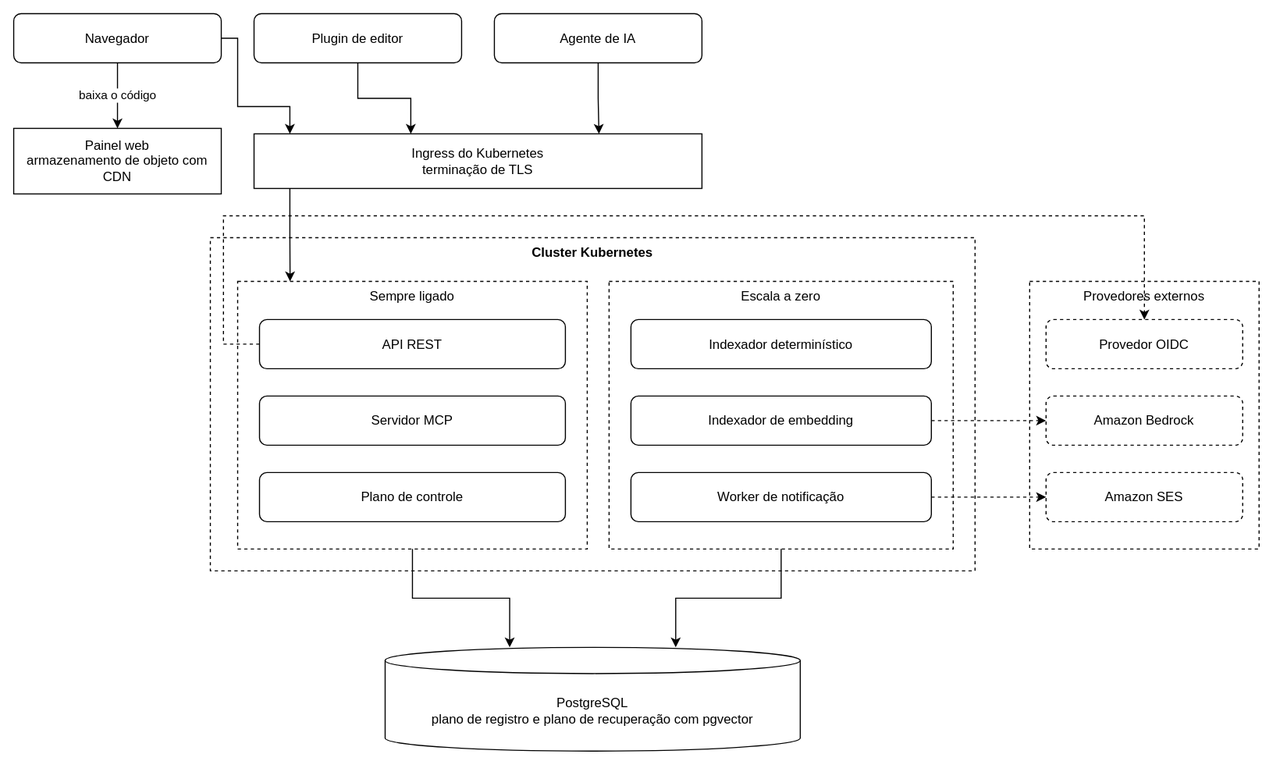
This is docs/diagramas-de-blocos.drawio.svg from markupp-labs/markupp, a draw.io export, as it was before one commit. Source tidied: cells renumbered, new cells last; positions are measured from the earlier drawing's top-left corner, leaving out a move shared by most shapes.
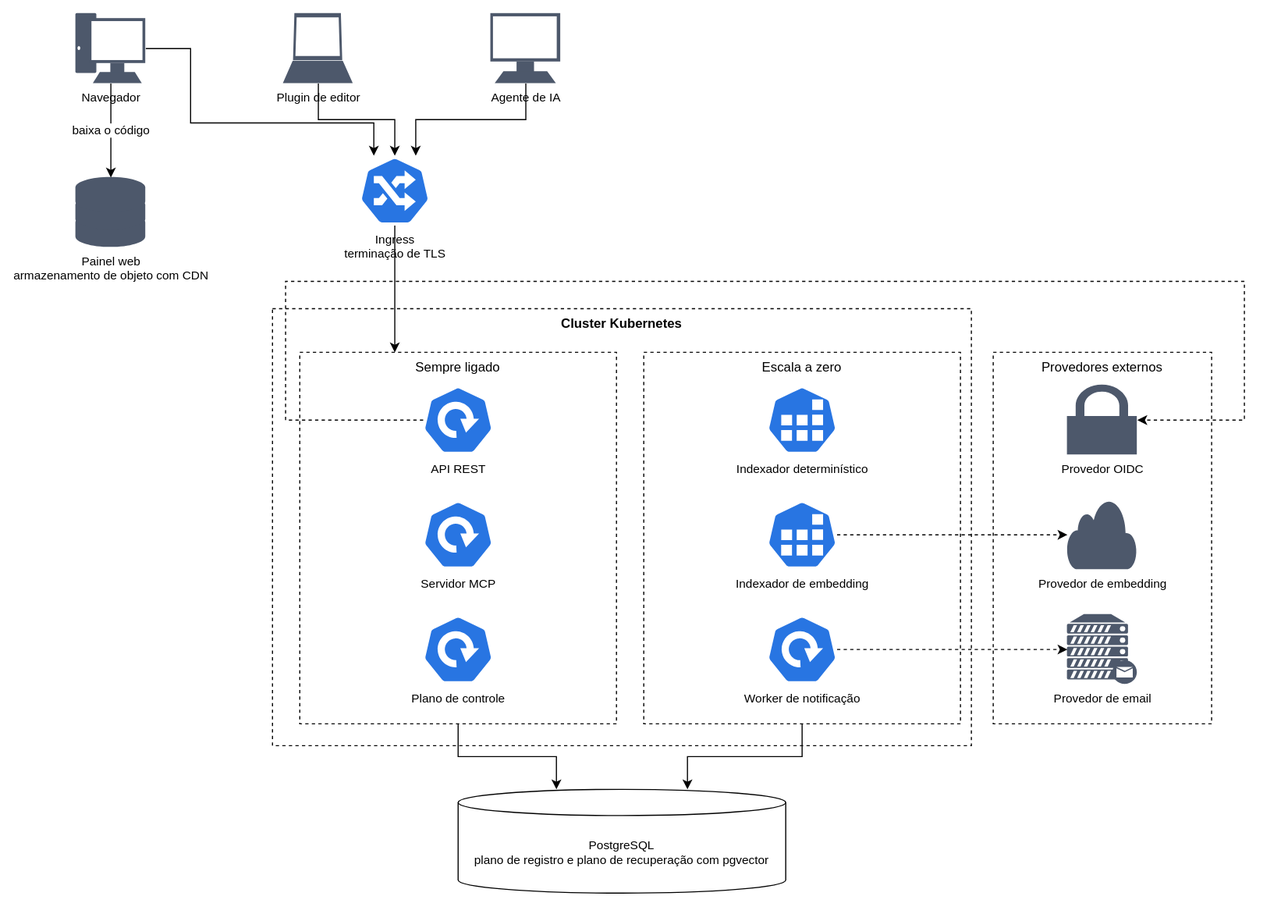
Later version of the same file.

Commit message:
docs: usa icones do kubernetes no diagrama de blocos

Change to the diagram source:
```diff
@@ -2,82 +2,82 @@
   <root>
     <mxCell id="0" />
     <mxCell id="1" parent="0" />
+    <mxCell id="7" value="Cluster Kubernetes" style="rounded=0;whiteSpace=wrap;html=1;verticalAlign=top;fillColor=none;dashed=1;fontSize=12;fontStyle=1;" parent="1" vertex="1">
+      <mxGeometry x="190" y="270" width="640" height="400" as="geometry" />
+    </mxCell>
+    <mxCell id="8" value="Sempre ligado" style="rounded=0;whiteSpace=wrap;html=1;verticalAlign=top;fillColor=none;dashed=1;fontSize=12;" parent="1" vertex="1">
+      <mxGeometry x="215" y="310" width="290" height="340" as="geometry" />
+    </mxCell>
+    <mxCell id="9" value="Escala a zero" style="rounded=0;whiteSpace=wrap;html=1;verticalAlign=top;fillColor=none;dashed=1;fontSize=12;" parent="1" vertex="1">
+      <mxGeometry x="530" y="310" width="290" height="340" as="geometry" />
+    </mxCell>
+    <mxCell id="17" value="Provedores externos" style="rounded=0;whiteSpace=wrap;html=1;verticalAlign=top;fillColor=none;dashed=1;fontSize=12;" parent="1" vertex="1">
+      <mxGeometry x="850" y="310" width="200" height="340" as="geometry" />
+    </mxCell>
-    <mxCell id="2" value="Navegador" style="rounded=1;whiteSpace=wrap;html=1;" parent="1" vertex="1">
-      <mxGeometry width="190" height="45" as="geometry" />
+    <mxCell id="2" value="Navegador" style="sketch=0;html=1;verticalLabelPosition=bottom;verticalAlign=top;align=center;fontSize=11;shape=mxgraph.networks.pc;fillColor=#4D586B;strokeColor=none;" parent="1" vertex="1">
+      <mxGeometry x="10" width="64" height="64" as="geometry" />
     </mxCell>
-    <mxCell id="3" value="Plugin de editor" style="rounded=1;whiteSpace=wrap;html=1;" parent="1" vertex="1">
-      <mxGeometry x="220" width="190" height="45" as="geometry" />
+    <mxCell id="3" value="Plugin de editor" style="sketch=0;html=1;verticalLabelPosition=bottom;verticalAlign=top;align=center;fontSize=11;shape=mxgraph.networks.laptop;fillColor=#4D586B;strokeColor=none;" parent="1" vertex="1">
+      <mxGeometry x="200" width="64" height="64" as="geometry" />
     </mxCell>
-    <mxCell id="4" value="Agente de IA" style="rounded=1;whiteSpace=wrap;html=1;" parent="1" vertex="1">
-      <mxGeometry x="440" width="190" height="45" as="geometry" />
+    <mxCell id="4" value="Agente de IA" style="sketch=0;html=1;verticalLabelPosition=bottom;verticalAlign=top;align=center;fontSize=11;shape=mxgraph.networks.terminal;fillColor=#4D586B;strokeColor=none;" parent="1" vertex="1">
+      <mxGeometry x="390" width="64" height="64" as="geometry" />
     </mxCell>
-    <mxCell id="5" value="Painel web&#10;armazenamento de objeto com CDN" style="rounded=0;whiteSpace=wrap;html=1;" parent="1" vertex="1">
-      <mxGeometry y="105" width="190" height="60" as="geometry" />
+    <mxCell id="5" value="Painel web&#10;armazenamento de objeto com CDN" style="sketch=0;html=1;verticalLabelPosition=bottom;verticalAlign=top;align=center;fontSize=11;shape=mxgraph.networks.storage;fillColor=#4D586B;strokeColor=none;" parent="1" vertex="1">
+      <mxGeometry x="10" y="150" width="64" height="64" as="geometry" />
     </mxCell>
-    <mxCell id="6" value="Ingress do Kubernetes&#10;terminação de TLS" style="rounded=0;whiteSpace=wrap;html=1;" parent="1" vertex="1">
-      <mxGeometry x="220" y="110" width="410" height="50" as="geometry" />
+    <mxCell id="6" value="Ingress&#10;terminação de TLS" style="sketch=0;html=1;dashed=0;verticalLabelPosition=bottom;verticalAlign=top;align=center;fontSize=11;shape=mxgraph.kubernetes.icon;prIcon=ing;fillColor=#2875E2;strokeColor=#ffffff;" parent="1" vertex="1">
+      <mxGeometry x="270" y="130" width="64" height="64" as="geometry" />
     </mxCell>
-    <mxCell id="7" value="Cluster Kubernetes" style="rounded=0;whiteSpace=wrap;html=1;verticalAlign=top;fillColor=none;dashed=1;fontStyle=1;" parent="1" vertex="1">
-      <mxGeometry x="180" y="205" width="700" height="305" as="geometry" />
-    </mxCell>
-    <mxCell id="8" value="Sempre ligado" style="rounded=0;whiteSpace=wrap;html=1;verticalAlign=top;fillColor=none;dashed=1;" parent="1" vertex="1">
-      <mxGeometry x="205" y="245" width="320" height="245" as="geometry" />
-    </mxCell>
-    <mxCell id="9" value="Escala a zero" style="rounded=0;whiteSpace=wrap;html=1;verticalAlign=top;fillColor=none;dashed=1;" parent="1" vertex="1">
-      <mxGeometry x="545" y="245" width="315" height="245" as="geometry" />
-    </mxCell>
-    <mxCell id="10" value="API REST" style="rounded=1;whiteSpace=wrap;html=1;" parent="1" vertex="1">
-      <mxGeometry x="225" y="280" width="280" height="45" as="geometry" />
+    <mxCell id="10" value="API REST" style="sketch=0;html=1;dashed=0;verticalLabelPosition=bottom;verticalAlign=top;align=center;fontSize=11;shape=mxgraph.kubernetes.icon;prIcon=deploy;fillColor=#2875E2;strokeColor=#ffffff;" parent="1" vertex="1">
+      <mxGeometry x="328" y="340" width="64" height="64" as="geometry" />
     </mxCell>
-    <mxCell id="11" value="Servidor MCP" style="rounded=1;whiteSpace=wrap;html=1;" parent="1" vertex="1">
-      <mxGeometry x="225" y="350" width="280" height="45" as="geometry" />
+    <mxCell id="11" value="Servidor MCP" style="sketch=0;html=1;dashed=0;verticalLabelPosition=bottom;verticalAlign=top;align=center;fontSize=11;shape=mxgraph.kubernetes.icon;prIcon=deploy;fillColor=#2875E2;strokeColor=#ffffff;" parent="1" vertex="1">
+      <mxGeometry x="328" y="445" width="64" height="64" as="geometry" />
     </mxCell>
-    <mxCell id="12" value="Plano de controle" style="rounded=1;whiteSpace=wrap;html=1;" parent="1" vertex="1">
-      <mxGeometry x="225" y="420" width="280" height="45" as="geometry" />
+    <mxCell id="12" value="Plano de controle" style="sketch=0;html=1;dashed=0;verticalLabelPosition=bottom;verticalAlign=top;align=center;fontSize=11;shape=mxgraph.kubernetes.icon;prIcon=deploy;fillColor=#2875E2;strokeColor=#ffffff;" parent="1" vertex="1">
+      <mxGeometry x="328" y="550" width="64" height="64" as="geometry" />
     </mxCell>
-    <mxCell id="13" value="Indexador determinístico" style="rounded=1;whiteSpace=wrap;html=1;" parent="1" vertex="1">
-      <mxGeometry x="565" y="280" width="275" height="45" as="geometry" />
+    <mxCell id="13" value="Indexador determinístico" style="sketch=0;html=1;dashed=0;verticalLabelPosition=bottom;verticalAlign=top;align=center;fontSize=11;shape=mxgraph.kubernetes.icon;prIcon=job;fillColor=#2875E2;strokeColor=#ffffff;" parent="1" vertex="1">
+      <mxGeometry x="643" y="340" width="64" height="64" as="geometry" />
     </mxCell>
-    <mxCell id="14" value="Indexador de embedding" style="rounded=1;whiteSpace=wrap;html=1;" parent="1" vertex="1">
-      <mxGeometry x="565" y="350" width="275" height="45" as="geometry" />
+    <mxCell id="14" value="Indexador de embedding" style="sketch=0;html=1;dashed=0;verticalLabelPosition=bottom;verticalAlign=top;align=center;fontSize=11;shape=mxgraph.kubernetes.icon;prIcon=job;fillColor=#2875E2;strokeColor=#ffffff;" parent="1" vertex="1">
+      <mxGeometry x="643" y="445" width="64" height="64" as="geometry" />
     </mxCell>
-    <mxCell id="15" value="Worker de notificação" style="rounded=1;whiteSpace=wrap;html=1;" parent="1" vertex="1">
-      <mxGeometry x="565" y="420" width="275" height="45" as="geometry" />
+    <mxCell id="15" value="Worker de notificação" style="sketch=0;html=1;dashed=0;verticalLabelPosition=bottom;verticalAlign=top;align=center;fontSize=11;shape=mxgraph.kubernetes.icon;prIcon=deploy;fillColor=#2875E2;strokeColor=#ffffff;" parent="1" vertex="1">
+      <mxGeometry x="643" y="550" width="64" height="64" as="geometry" />
     </mxCell>
+    <mxCell id="18" value="Provedor OIDC" style="sketch=0;html=1;verticalLabelPosition=bottom;verticalAlign=top;align=center;fontSize=11;shape=mxgraph.networks.secured;fillColor=#4D586B;strokeColor=none;" parent="1" vertex="1">
+      <mxGeometry x="918" y="340" width="64" height="64" as="geometry" />
+    </mxCell>
+    <mxCell id="31" value="Provedor de embedding" style="sketch=0;html=1;verticalLabelPosition=bottom;verticalAlign=top;align=center;fontSize=11;shape=mxgraph.networks.cloud;fillColor=#4D586B;strokeColor=none;" parent="1" vertex="1">
+      <mxGeometry x="918" y="445" width="64" height="64" as="geometry" />
+    </mxCell>
+    <mxCell id="32" value="Provedor de email" style="sketch=0;html=1;verticalLabelPosition=bottom;verticalAlign=top;align=center;fontSize=11;shape=mxgraph.networks.mail_server;fillColor=#4D586B;strokeColor=none;" parent="1" vertex="1">
+      <mxGeometry x="918" y="550" width="64" height="64" as="geometry" />
+    </mxCell>
-    <mxCell id="16" value="PostgreSQL&#10;plano de registro e plano de recuperação com pgvector" style="shape=cylinder3;whiteSpace=wrap;html=1;boundedLbl=1;backgroundOutline=1;size=12;" parent="1" vertex="1">
-      <mxGeometry x="340" y="580" width="380" height="95" as="geometry" />
+    <mxCell id="16" value="PostgreSQL&#10;plano de registro e plano de recuperação com pgvector" style="shape=cylinder3;whiteSpace=wrap;html=1;boundedLbl=1;backgroundOutline=1;size=12;fontSize=11;" parent="1" vertex="1">
+      <mxGeometry x="360" y="710" width="300" height="95" as="geometry" />
     </mxCell>
-    <mxCell id="17" value="Provedores externos" style="rounded=0;whiteSpace=wrap;html=1;verticalAlign=top;fillColor=none;dashed=1;" parent="1" vertex="1">
-      <mxGeometry x="930" y="245" width="210" height="245" as="geometry" />
-    </mxCell>
-    <mxCell id="18" value="Provedor OIDC" style="rounded=1;whiteSpace=wrap;html=1;dashed=1;" parent="1" vertex="1">
-      <mxGeometry x="945" y="280" width="180" height="45" as="geometry" />
-    </mxCell>
-    <mxCell id="19" value="Amazon Bedrock" style="rounded=1;whiteSpace=wrap;html=1;dashed=1;" parent="1" vertex="1">
-      <mxGeometry x="945" y="350" width="180" height="45" as="geometry" />
-    </mxCell>
-    <mxCell id="20" value="Amazon SES" style="rounded=1;whiteSpace=wrap;html=1;dashed=1;" parent="1" vertex="1">
-      <mxGeometry x="945" y="420" width="180" height="45" as="geometry" />
-    </mxCell>
     <mxCell id="21" value="baixa o código" style="edgeStyle=orthogonalEdgeStyle;rounded=0;html=1;exitX=0.5;exitY=1;exitDx=0;exitDy=0;entryX=0.5;entryY=0;entryDx=0;entryDy=0;" parent="1" edge="1" source="2" target="5">
       <mxGeometry relative="1" as="geometry" />
     </mxCell>
-    <mxCell id="22" style="edgeStyle=orthogonalEdgeStyle;rounded=0;html=1;exitX=1;exitY=0.5;exitDx=0;exitDy=0;entryX=0.08;entryY=0;entryDx=0;entryDy=0;" parent="1" edge="1" source="2" target="6">
+    <mxCell id="22" style="edgeStyle=orthogonalEdgeStyle;rounded=0;html=1;exitX=1;exitY=0.5;exitDx=0;exitDy=0;entryX=0.2;entryY=0;entryDx=0;entryDy=0;" parent="1" edge="1" source="2" target="6">
       <mxGeometry relative="1" as="geometry">
         <Array as="points">
-          <mxPoint x="205" y="22" />
-          <mxPoint x="205" y="85" />
-          <mxPoint x="253" y="85" />
+          <mxPoint x="115" y="32" />
+          <mxPoint x="115" y="100" />
+          <mxPoint x="283" y="100" />
         </Array>
       </mxGeometry>
     </mxCell>
-    <mxCell id="23" style="edgeStyle=orthogonalEdgeStyle;rounded=0;html=1;exitX=0.5;exitY=1;exitDx=0;exitDy=0;entryX=0.35;entryY=0;entryDx=0;entryDy=0;" parent="1" edge="1" source="3" target="6">
+    <mxCell id="23" style="edgeStyle=orthogonalEdgeStyle;rounded=0;html=1;exitX=0.5;exitY=1;exitDx=0;exitDy=0;entryX=0.5;entryY=0;entryDx=0;entryDy=0;" parent="1" edge="1" source="3" target="6">
       <mxGeometry relative="1" as="geometry" />
     </mxCell>
-    <mxCell id="24" style="edgeStyle=orthogonalEdgeStyle;rounded=0;html=1;exitX=0.5;exitY=1;exitDx=0;exitDy=0;entryX=0.77;entryY=0;entryDx=0;entryDy=0;" parent="1" edge="1" source="4" target="6">
+    <mxCell id="24" style="edgeStyle=orthogonalEdgeStyle;rounded=0;html=1;exitX=0.5;exitY=1;exitDx=0;exitDy=0;entryX=0.8;entryY=0;entryDx=0;entryDy=0;" parent="1" edge="1" source="4" target="6">
       <mxGeometry relative="1" as="geometry" />
     </mxCell>
-    <mxCell id="25" style="edgeStyle=orthogonalEdgeStyle;rounded=0;html=1;exitX=0.08;exitY=1;exitDx=0;exitDy=0;entryX=0.15;entryY=0;entryDx=0;entryDy=0;" parent="1" edge="1" source="6" target="8">
+    <mxCell id="25" style="edgeStyle=orthogonalEdgeStyle;rounded=0;html=1;exitX=0.5;exitY=1;exitDx=0;exitDy=0;entryX=0.3;entryY=0;entryDx=0;entryDy=0;" parent="1" edge="1" source="6" target="8">
       <mxGeometry relative="1" as="geometry" />
     </mxCell>
     <mxCell id="26" style="edgeStyle=orthogonalEdgeStyle;rounded=0;html=1;exitX=0.5;exitY=1;exitDx=0;exitDy=0;entryX=0.3;entryY=0;entryDx=0;entryDy=0;" parent="1" edge="1" source="8" target="16">
@@ -86,19 +86,20 @@
     <mxCell id="27" style="edgeStyle=orthogonalEdgeStyle;rounded=0;html=1;exitX=0.5;exitY=1;exitDx=0;exitDy=0;entryX=0.7;entryY=0;entryDx=0;entryDy=0;" parent="1" edge="1" source="9" target="16">
       <mxGeometry relative="1" as="geometry" />
     </mxCell>
-    <mxCell id="28" style="edgeStyle=orthogonalEdgeStyle;rounded=0;html=1;dashed=1;exitX=0;exitY=0.5;exitDx=0;exitDy=0;entryX=0.5;entryY=0;entryDx=0;entryDy=0;" parent="1" edge="1" source="10" target="18">
+    <mxCell id="28" style="edgeStyle=orthogonalEdgeStyle;rounded=0;html=1;dashed=1;exitX=0;exitY=0.5;exitDx=0;exitDy=0;entryX=1;entryY=0.5;entryDx=0;entryDy=0;" parent="1" edge="1" source="10" target="18">
       <mxGeometry relative="1" as="geometry">
         <Array as="points">
-          <mxPoint x="192" y="302" />
-          <mxPoint x="192" y="185" />
-          <mxPoint x="1035" y="185" />
+          <mxPoint x="202" y="372" />
+          <mxPoint x="202" y="245" />
+          <mxPoint x="1080" y="245" />
+          <mxPoint x="1080" y="372" />
         </Array>
       </mxGeometry>
     </mxCell>
-    <mxCell id="29" style="edgeStyle=orthogonalEdgeStyle;rounded=0;html=1;dashed=1;exitX=1;exitY=0.5;exitDx=0;exitDy=0;entryX=0;entryY=0.5;entryDx=0;entryDy=0;" parent="1" edge="1" source="14" target="19">
+    <mxCell id="29" style="edgeStyle=orthogonalEdgeStyle;rounded=0;html=1;dashed=1;exitX=1;exitY=0.5;exitDx=0;exitDy=0;entryX=0;entryY=0.5;entryDx=0;entryDy=0;" parent="1" edge="1" source="14" target="31">
       <mxGeometry relative="1" as="geometry" />
     </mxCell>
-    <mxCell id="30" style="edgeStyle=orthogonalEdgeStyle;rounded=0;html=1;dashed=1;exitX=1;exitY=0.5;exitDx=0;exitDy=0;entryX=0;entryY=0.5;entryDx=0;entryDy=0;" parent="1" edge="1" source="15" target="20">
+    <mxCell id="30" style="edgeStyle=orthogonalEdgeStyle;rounded=0;html=1;dashed=1;exitX=1;exitY=0.5;exitDx=0;exitDy=0;entryX=0;entryY=0.5;entryDx=0;entryDy=0;" parent="1" edge="1" source="15" target="32">
       <mxGeometry relative="1" as="geometry" />
     </mxCell>
   </root>
```
